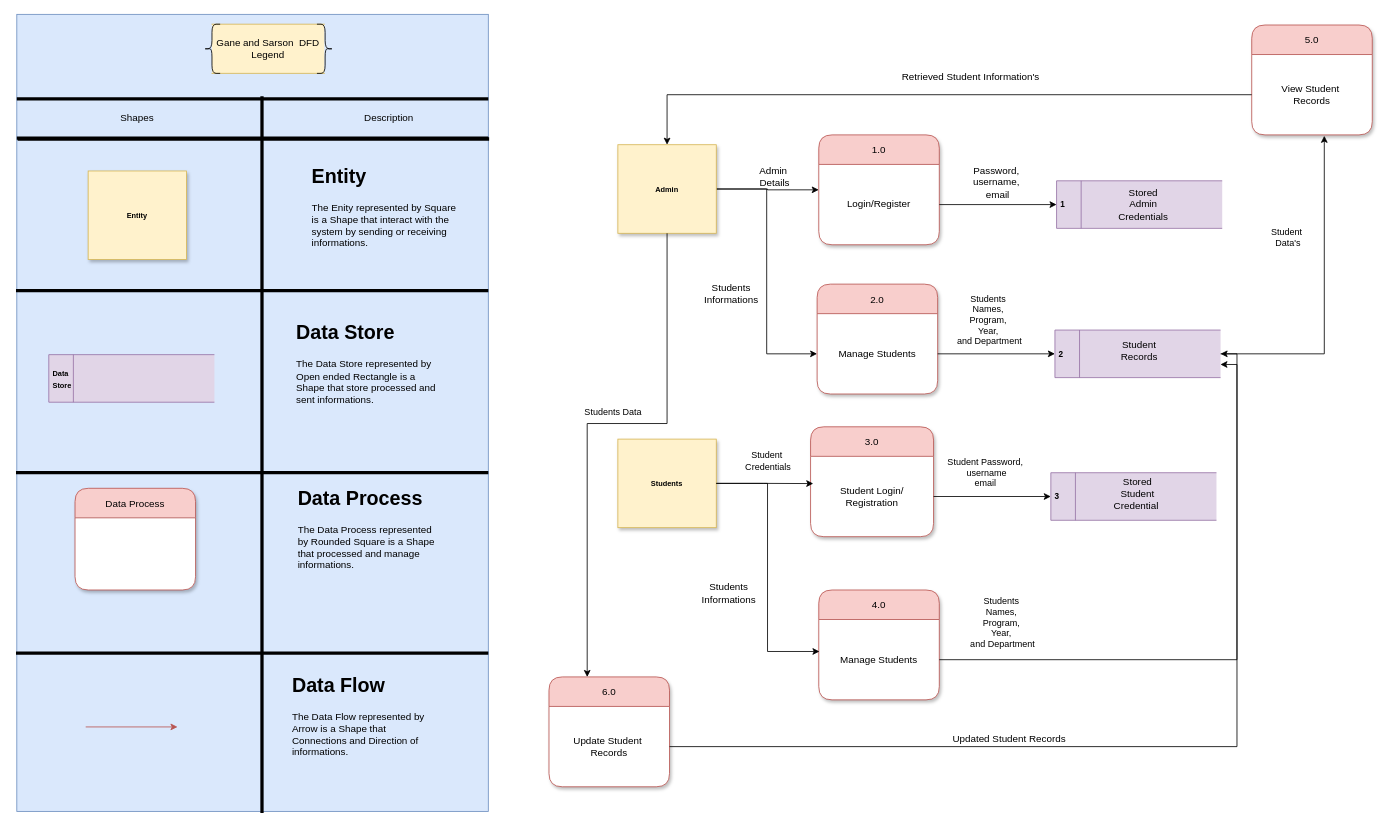
The draw.io diagram IT Diagramming Source File/IT Diagrams 1 (Student Management System DFD).drawio in ITArchitect111/IT-Diagramming-Data-Flow-Diagram-of-Student-Management-, before the edit. Source tidied: cells renumbered, new cells numbered last; positions are measured from the earlier drawing's top-left corner, leaving out a move shared by most shapes. Both pictures are drawn from the tidied source at 82%, with x=0, y=0 at pixel (16, 14).
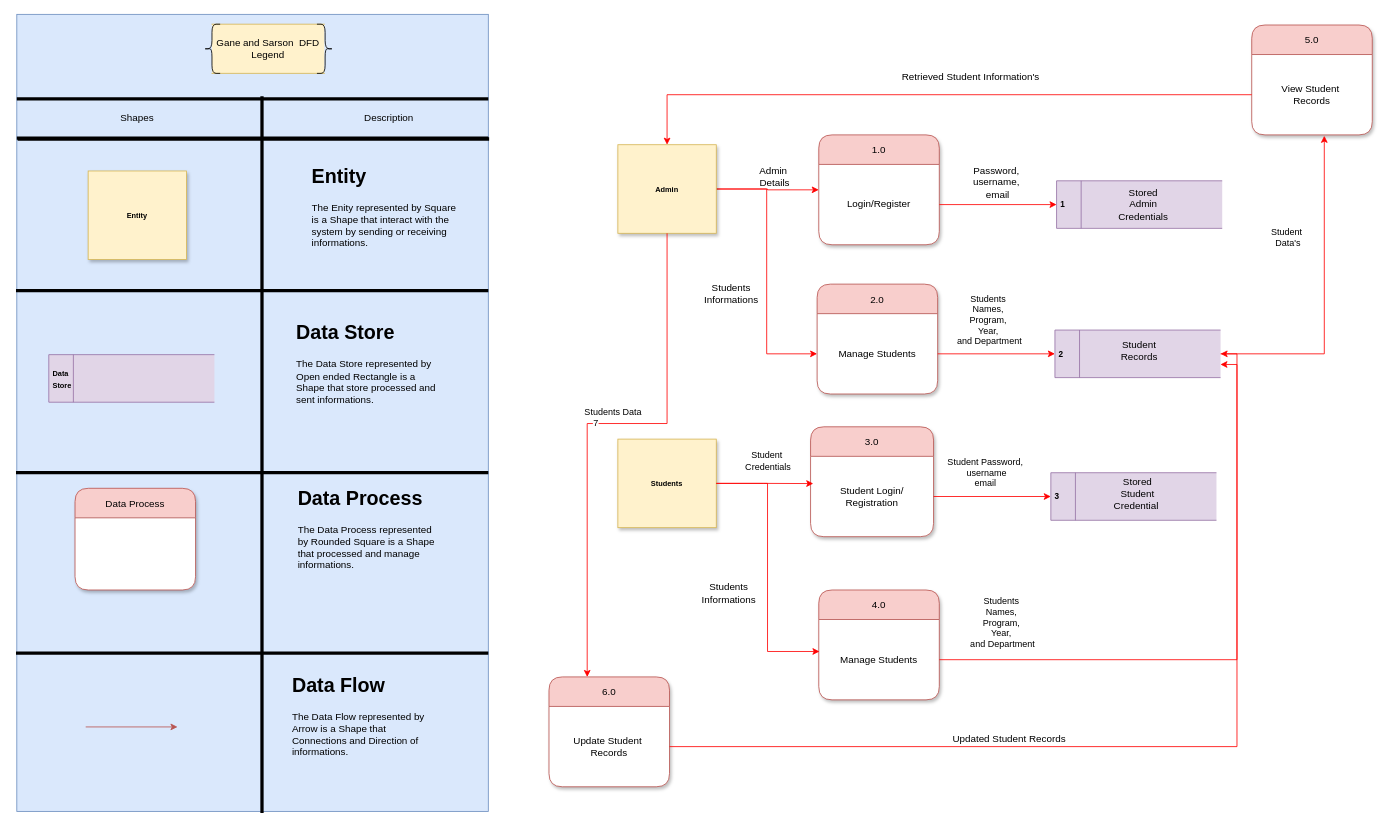
The same page after the edit.

Unchanged cells that the change refers to:
```xml
<mxCell id="2" value="&lt;font size=&quot;1&quot;&gt;&lt;b&gt;3&lt;/b&gt;&lt;/font&gt;" style="html=1;dashed=0;whiteSpace=wrap;shape=mxgraph.dfd.dataStoreID;align=left;spacingLeft=3;points=[[0,0],[0.5,0],[1,0],[0,0.5],[1,0.5],[0,1],[0.5,1],[1,1]];fillColor=#e1d5e7;strokeColor=#9673a6;comic=0;enumerate=0;flipH=0;flipV=0;" parent="1" vertex="1">
  <mxGeometry x="1262" y="559" width="202" height="58" as="geometry" />
</mxCell>
<mxCell id="26" value="&lt;b&gt;&lt;font style=&quot;font-size: 9px;&quot;&gt;Admin&lt;/font&gt;&lt;/b&gt;" style="html=1;dashed=0;whiteSpace=wrap;fillColor=#fff2cc;strokeColor=#d6b656;rounded=0;glass=0;shadow=1;" parent="1" vertex="1">
  <mxGeometry x="734" y="159" width="120" height="108" as="geometry" />
</mxCell>
<mxCell id="27" value="1.0" style="swimlane;fontStyle=0;horizontal=1;startSize=36;swimlaneFillColor=#ffffff;fillColor=#f8cecc;strokeColor=#b85450;rounded=1;shadow=1;" parent="1" vertex="1">
  <mxGeometry x="979" y="147" width="147" height="134" as="geometry" />
</mxCell>
<mxCell id="28" value="Login/Register" style="text;html=1;align=center;verticalAlign=middle;whiteSpace=wrap;rounded=0;" parent="27" vertex="1">
  <mxGeometry y="36" width="147" height="98" as="geometry" />
</mxCell>
<mxCell id="30" value="&lt;font size=&quot;1&quot;&gt;&lt;b&gt;1&lt;/b&gt;&lt;/font&gt;" style="html=1;dashed=0;whiteSpace=wrap;shape=mxgraph.dfd.dataStoreID;align=left;spacingLeft=3;points=[[0,0],[0.5,0],[1,0],[0,0.5],[1,0.5],[0,1],[0.5,1],[1,1]];fillColor=#e1d5e7;strokeColor=#9673a6;comic=0;enumerate=0;flipH=0;flipV=0;" parent="1" vertex="1">
  <mxGeometry x="1269" y="203" width="202" height="58" as="geometry" />
</mxCell>
<mxCell id="35" value="Manage Students" style="text;html=1;align=center;verticalAlign=middle;whiteSpace=wrap;rounded=0;" parent="34" vertex="1">
  <mxGeometry y="36" width="147" height="98" as="geometry" />
</mxCell>
<mxCell id="37" value="&lt;font size=&quot;1&quot;&gt;&lt;b&gt;2&lt;/b&gt;&lt;/font&gt;" style="html=1;dashed=0;whiteSpace=wrap;shape=mxgraph.dfd.dataStoreID;align=left;spacingLeft=3;points=[[0,0],[0.5,0],[1,0],[0,0.5],[1,0.5],[0,1],[0.5,1],[1,1]];fillColor=#e1d5e7;strokeColor=#9673a6;comic=0;enumerate=0;flipH=0;flipV=0;" parent="1" vertex="1">
  <mxGeometry x="1267" y="385" width="202" height="58" as="geometry" />
</mxCell>
<mxCell id="41" value="&lt;b&gt;&lt;font style=&quot;font-size: 9px;&quot;&gt;Students&lt;/font&gt;&lt;/b&gt;" style="html=1;dashed=0;whiteSpace=wrap;fillColor=#fff2cc;strokeColor=#d6b656;rounded=0;glass=0;shadow=1;" parent="1" vertex="1">
  <mxGeometry x="734" y="518" width="120" height="108" as="geometry" />
</mxCell>
<mxCell id="43" value="Student Login/&lt;div&gt;Registration&lt;/div&gt;" style="text;html=1;align=center;verticalAlign=middle;whiteSpace=wrap;rounded=0;" parent="42" vertex="1">
  <mxGeometry y="36" width="150" height="98" as="geometry" />
</mxCell>
<mxCell id="50" value="Manage Students" style="text;html=1;align=center;verticalAlign=middle;whiteSpace=wrap;rounded=0;" parent="49" vertex="1">
  <mxGeometry y="36" width="147" height="98" as="geometry" />
</mxCell>
<mxCell id="56" value="View Student&amp;nbsp;&lt;div&gt;Records&lt;/div&gt;" style="text;html=1;align=center;verticalAlign=middle;whiteSpace=wrap;rounded=0;" parent="55" vertex="1">
  <mxGeometry y="36" width="147" height="98" as="geometry" />
</mxCell>
<mxCell id="61" value="6.0" style="swimlane;fontStyle=0;horizontal=1;startSize=36;swimlaneFillColor=#ffffff;fillColor=#f8cecc;strokeColor=#b85450;rounded=1;shadow=1;" parent="1" vertex="1">
  <mxGeometry x="650" y="808" width="147" height="134" as="geometry" />
</mxCell>
<mxCell id="62" value="Update Student&amp;nbsp;&lt;div&gt;Records&lt;/div&gt;" style="text;html=1;align=center;verticalAlign=middle;whiteSpace=wrap;rounded=0;" parent="61" vertex="1">
  <mxGeometry y="36" width="147" height="98" as="geometry" />
</mxCell>
```

The edit, as a diff of the source:
```diff
@@
-    <mxCell id="24" style="edgeStyle=orthogonalEdgeStyle;rounded=0;jettySize=auto;html=1;entryX=0;entryY=0.5;entryDx=0;entryDy=0;" parent="1" edge="1" source="26" target="27">
+    <mxCell id="24" style="edgeStyle=orthogonalEdgeStyle;rounded=0;jettySize=auto;html=1;entryX=0;entryY=0.5;entryDx=0;entryDy=0;flowAnimation=1;strokeColor=#FF0000;" parent="1" edge="1" source="26" target="27">
       <mxGeometry relative="1" as="geometry" />
     </mxCell>
-    <mxCell id="25" style="edgeStyle=orthogonalEdgeStyle;rounded=0;jettySize=auto;html=1;entryX=0;entryY=0.5;entryDx=0;entryDy=0;" parent="1" edge="1" source="26" target="35">
+    <mxCell id="25" style="edgeStyle=orthogonalEdgeStyle;rounded=0;jettySize=auto;html=1;entryX=0;entryY=0.5;entryDx=0;entryDy=0;strokeColor=#FF0000;flowAnimation=1;" parent="1" edge="1" source="26" target="35">
       <mxGeometry relative="1" as="geometry" />
     </mxCell>
@@
-    <mxCell id="31" style="edgeStyle=orthogonalEdgeStyle;rounded=0;jettySize=auto;html=1;entryX=0;entryY=0.5;entryDx=0;entryDy=0;" parent="1" edge="1" source="28" target="30">
+    <mxCell id="31" style="edgeStyle=orthogonalEdgeStyle;rounded=0;jettySize=auto;html=1;entryX=0;entryY=0.5;entryDx=0;entryDy=0;flowAnimation=1;strokeColor=#FF0000;" parent="1" edge="1" source="28" target="30">
       <mxGeometry relative="1" as="geometry" />
     </mxCell>
@@
-    <mxCell id="39" style="edgeStyle=orthogonalEdgeStyle;rounded=0;jettySize=auto;html=1;entryX=0;entryY=0.5;entryDx=0;entryDy=0;" parent="1" edge="1" source="35" target="37">
+    <mxCell id="39" style="edgeStyle=orthogonalEdgeStyle;rounded=0;jettySize=auto;html=1;entryX=0;entryY=0.5;entryDx=0;entryDy=0;strokeColor=#FF0000;flowAnimation=1;" parent="1" edge="1" source="35" target="37">
       <mxGeometry relative="1" as="geometry" />
     </mxCell>
@@
-    <mxCell id="44" style="edgeStyle=orthogonalEdgeStyle;rounded=0;jettySize=auto;html=1;entryX=0.022;entryY=0.339;entryDx=0;entryDy=0;entryPerimeter=0;" parent="1" edge="1" source="41" target="43">
+    <mxCell id="44" style="edgeStyle=orthogonalEdgeStyle;rounded=0;jettySize=auto;html=1;entryX=0.022;entryY=0.339;entryDx=0;entryDy=0;entryPerimeter=0;strokeColor=#FF0000;flowAnimation=1;" parent="1" edge="1" source="41" target="43">
       <mxGeometry relative="1" as="geometry" />
     </mxCell>
@@
-    <mxCell id="47" style="edgeStyle=orthogonalEdgeStyle;rounded=0;jettySize=auto;html=1;entryX=0;entryY=0.5;entryDx=0;entryDy=0;" parent="1" edge="1" source="43" target="2">
+    <mxCell id="47" style="edgeStyle=orthogonalEdgeStyle;rounded=0;jettySize=auto;html=1;entryX=0;entryY=0.5;entryDx=0;entryDy=0;flowAnimation=1;strokeColor=#FF0000;" parent="1" edge="1" source="43" target="2">
       <mxGeometry relative="1" as="geometry" />
     </mxCell>
@@
-    <mxCell id="52" style="edgeStyle=orthogonalEdgeStyle;rounded=0;jettySize=auto;html=1;entryX=0.006;entryY=0.398;entryDx=0;entryDy=0;entryPerimeter=0;" parent="1" edge="1" source="41" target="50">
+    <mxCell id="52" style="edgeStyle=orthogonalEdgeStyle;rounded=0;jettySize=auto;html=1;entryX=0.006;entryY=0.398;entryDx=0;entryDy=0;entryPerimeter=0;flowAnimation=1;strokeColor=#FF0000;" parent="1" edge="1" source="41" target="50">
       <mxGeometry relative="1" as="geometry" />
     </mxCell>
-    <mxCell id="53" style="edgeStyle=orthogonalEdgeStyle;rounded=0;jettySize=auto;html=1;entryX=1;entryY=0.5;entryDx=0;entryDy=0;" parent="1" edge="1" source="50" target="37">
+    <mxCell id="53" style="edgeStyle=orthogonalEdgeStyle;rounded=0;jettySize=auto;html=1;entryX=1;entryY=0.5;entryDx=0;entryDy=0;flowAnimation=1;strokeColor=#FF0000;" parent="1" edge="1" source="50" target="37">
       <mxGeometry relative="1" as="geometry" />
     </mxCell>
@@
-    <mxCell id="57" style="edgeStyle=orthogonalEdgeStyle;rounded=0;jettySize=auto;html=1;entryX=0.602;entryY=1.011;entryDx=0;entryDy=0;entryPerimeter=0;" parent="1" edge="1" source="37" target="56">
+    <mxCell id="57" style="edgeStyle=orthogonalEdgeStyle;rounded=0;jettySize=auto;html=1;entryX=0.602;entryY=1.011;entryDx=0;entryDy=0;entryPerimeter=0;flowAnimation=1;strokeColor=#FF0000;" parent="1" edge="1" source="37" target="56">
       <mxGeometry relative="1" as="geometry" />
     </mxCell>
@@
-    <mxCell id="59" style="edgeStyle=orthogonalEdgeStyle;rounded=0;jettySize=auto;html=1;entryX=0.5;entryY=0;entryDx=0;entryDy=0;" parent="1" edge="1" source="56" target="26">
+    <mxCell id="59" style="edgeStyle=orthogonalEdgeStyle;rounded=0;jettySize=auto;html=1;entryX=0.5;entryY=0;entryDx=0;entryDy=0;flowAnimation=1;strokeColor=light-dark(#FF0000,#EDEDED);" parent="1" edge="1" source="56" target="26">
       <mxGeometry relative="1" as="geometry" />
     </mxCell>
@@
-    <mxCell id="63" style="edgeStyle=orthogonalEdgeStyle;rounded=0;jettySize=auto;html=1;entryX=0.317;entryY=0.001;entryDx=0;entryDy=0;entryPerimeter=0;" parent="1" edge="1" source="26" target="61">
+    <mxCell id="63" value="7" style="edgeStyle=orthogonalEdgeStyle;rounded=0;jettySize=auto;html=1;entryX=0.317;entryY=0.001;entryDx=0;entryDy=0;entryPerimeter=0;strokeColor=#FF0000;flowAnimation=1;" parent="1" edge="1" source="26" target="61">
       <mxGeometry relative="1" as="geometry">
         <Array as="points">
           <mxPoint x="794" y="499" />
           <mxPoint x="697" y="499" />
         </Array>
       </mxGeometry>
     </mxCell>
@@
-    <mxCell id="65" style="edgeStyle=orthogonalEdgeStyle;rounded=0;jettySize=auto;html=1;entryX=0.999;entryY=0.724;entryDx=0;entryDy=0;entryPerimeter=0;" parent="1" edge="1" source="62" target="37">
+    <mxCell id="65" style="edgeStyle=orthogonalEdgeStyle;rounded=0;jettySize=auto;html=1;entryX=0.999;entryY=0.724;entryDx=0;entryDy=0;entryPerimeter=0;flowAnimation=1;strokeColor=#FF0000;" parent="1" edge="1" source="62" target="37">
       <mxGeometry relative="1" as="geometry" />
     </mxCell>
```
